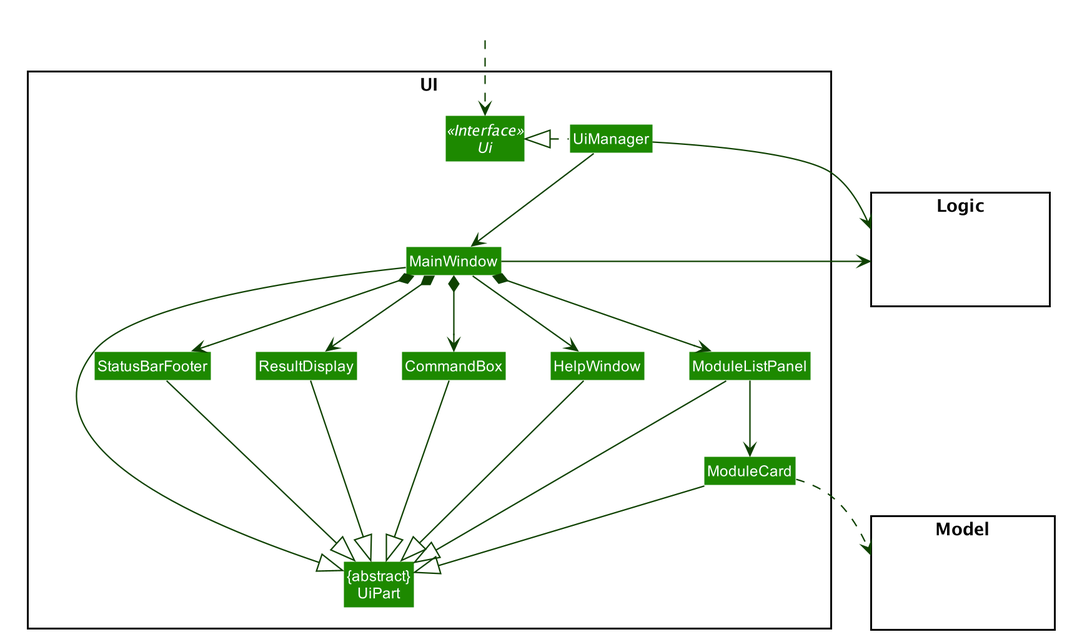
Before: docs/images/UiClassDiagram.png, a diagram exported from PlantUML (yan-soon/tp). Its diagram source:
```plantuml
@startuml








skinparam BackgroundColor #FFFFFFF

skinparam Shadowing false

skinparam Class {
    FontColor #FFFFFF
    BorderThickness 1
    BorderColor #FFFFFF
    StereotypeFontColor #FFFFFF
    FontName Arial
}

skinparam Actor {
    BorderColor #000000
    Color #000000
    FontName Arial
}

skinparam Sequence {
    MessageAlign center
    BoxFontSize 15
    BoxPadding 0
    BoxFontColor #FFFFFF
    FontName Arial
}

skinparam Participant {
    FontColor #FFFFFFF
    Padding 20
}

skinparam MinClassWidth 50
skinparam ParticipantPadding 10
skinparam Shadowing false
skinparam DefaultTextAlignment center
skinparam packageStyle Rectangle

hide footbox
hide members
hide circle
skinparam arrowThickness 1.1
skinparam arrowColor #0E4100
skinparam classBackgroundColor #1D8900

package UI <<Rectangle>>{
Interface Ui <<Interface>>
Class "{abstract}\nUiPart" as UiPart
Class UiManager
Class MainWindow
Class HelpWindow
Class ResultDisplay
Class ModuleListPanel
Class ModuleCard
Class StatusBarFooter
Class CommandBox
}

package Model <<Rectangle>> {
Class HiddenModel #FFFFFF
}

package Logic <<Rectangle>> {
Class HiddenLogic #FFFFFF
}

Class HiddenOutside #FFFFFF
HiddenOutside ..> Ui

UiManager .left.|> Ui
UiManager -down-> MainWindow
MainWindow --> HelpWindow
MainWindow *-down-> CommandBox
MainWindow *-down-> ResultDisplay
MainWindow *-down-> ModuleListPanel
MainWindow *-down-> StatusBarFooter

ModuleListPanel -down-> ModuleCard

MainWindow -left-|> UiPart

ResultDisplay --|> UiPart
CommandBox --|> UiPart
ModuleListPanel --|> UiPart
ModuleCard --|> UiPart
StatusBarFooter --|> UiPart
HelpWindow -down-|> UiPart

ModuleCard ..> Model
UiManager -right-> Logic
MainWindow -left-> Logic

ModuleListPanel -[hidden]left- HelpWindow
HelpWindow -[hidden]left- CommandBox
CommandBox -[hidden]left- ResultDisplay
ResultDisplay -[hidden]left- StatusBarFooter

MainWindow -[hidden]-|> UiPart
@enduml
```
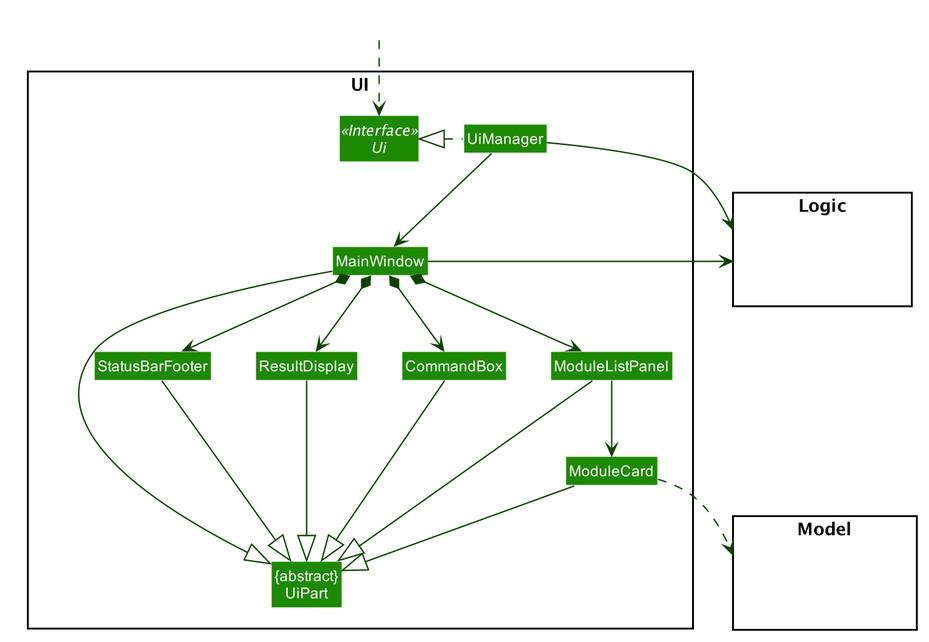
Above is the later version.

Commit message:
refactor HelpWindow and CommandResult

What changed in the source:
```diff
@@ -56,7 +56,6 @@
 Class "{abstract}\nUiPart" as UiPart
 Class UiManager
 Class MainWindow
-Class HelpWindow
 Class ResultDisplay
 Class ModuleListPanel
 Class ModuleCard
@@ -77,7 +76,6 @@
 
 UiManager .left.|> Ui
 UiManager -down-> MainWindow
-MainWindow --> HelpWindow
 MainWindow *-down-> CommandBox
 MainWindow *-down-> ResultDisplay
 MainWindow *-down-> ModuleListPanel
@@ -92,14 +90,11 @@
 ModuleListPanel --|> UiPart
 ModuleCard --|> UiPart
 StatusBarFooter --|> UiPart
-HelpWindow -down-|> UiPart
 
 ModuleCard ..> Model
 UiManager -right-> Logic
 MainWindow -left-> Logic
 
-ModuleListPanel -[hidden]left- HelpWindow
-HelpWindow -[hidden]left- CommandBox
 CommandBox -[hidden]left- ResultDisplay
 ResultDisplay -[hidden]left- StatusBarFooter
 
```
